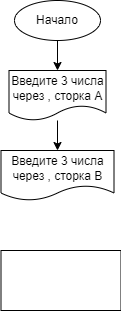
Above: Homework_003/diagram.drawio.png in GnezdilovaVO/Seminar_3.3_Homework (draw.io), before the change. Source tidied: cells renumbered, new cells last; positions are measured from the earlier drawing's top-left corner, leaving out a move shared by most shapes.
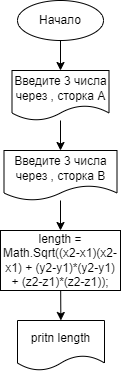
Later version of the same file.

The edit, as a diff of the source:
```diff
@@ -14,11 +14,20 @@
     <mxCell id="5" value="Введите 3 числа через , сторка А" style="shape=document;whiteSpace=wrap;html=1;boundedLbl=1;" parent="1" vertex="1">
       <mxGeometry x="8.5" y="70" width="97" height="50" as="geometry" />
     </mxCell>
+    <mxCell id="8" style="edgeStyle=none;html=1;" parent="1" edge="1" source="6" target="7">
+      <mxGeometry relative="1" as="geometry" />
+    </mxCell>
     <mxCell id="6" value="Введите 3 числа через , сторка B" style="shape=document;whiteSpace=wrap;html=1;boundedLbl=1;" parent="1" vertex="1">
       <mxGeometry x="0.5" y="150" width="113" height="50" as="geometry" />
     </mxCell>
+    <mxCell id="9" style="edgeStyle=none;html=1;" parent="1" edge="1" source="7" target="10">
+      <mxGeometry relative="1" as="geometry" />
+    </mxCell>
-    <mxCell id="7" style="rounded=0;whiteSpace=wrap;html=1;" parent="1" vertex="1">
-      <mxGeometry x="0.5" y="250" width="120" height="60" as="geometry" />
+    <mxCell id="7" value="length = Math.Sqrt((x2-x1)(x2-x1) + (y2-y1)*(y2-y1) + (z2-z1)*(z2-z1));" style="rounded=0;whiteSpace=wrap;html=1;" parent="1" vertex="1">
+      <mxGeometry x="-3" y="230" width="120" height="60" as="geometry" />
     </mxCell>
+    <mxCell id="10" value="pritn length" style="shape=document;whiteSpace=wrap;html=1;boundedLbl=1;" parent="1" vertex="1">
+      <mxGeometry x="14" y="320" width="87" height="50" as="geometry" />
+    </mxCell>
   </root>
 </mxGraphModel>
```
